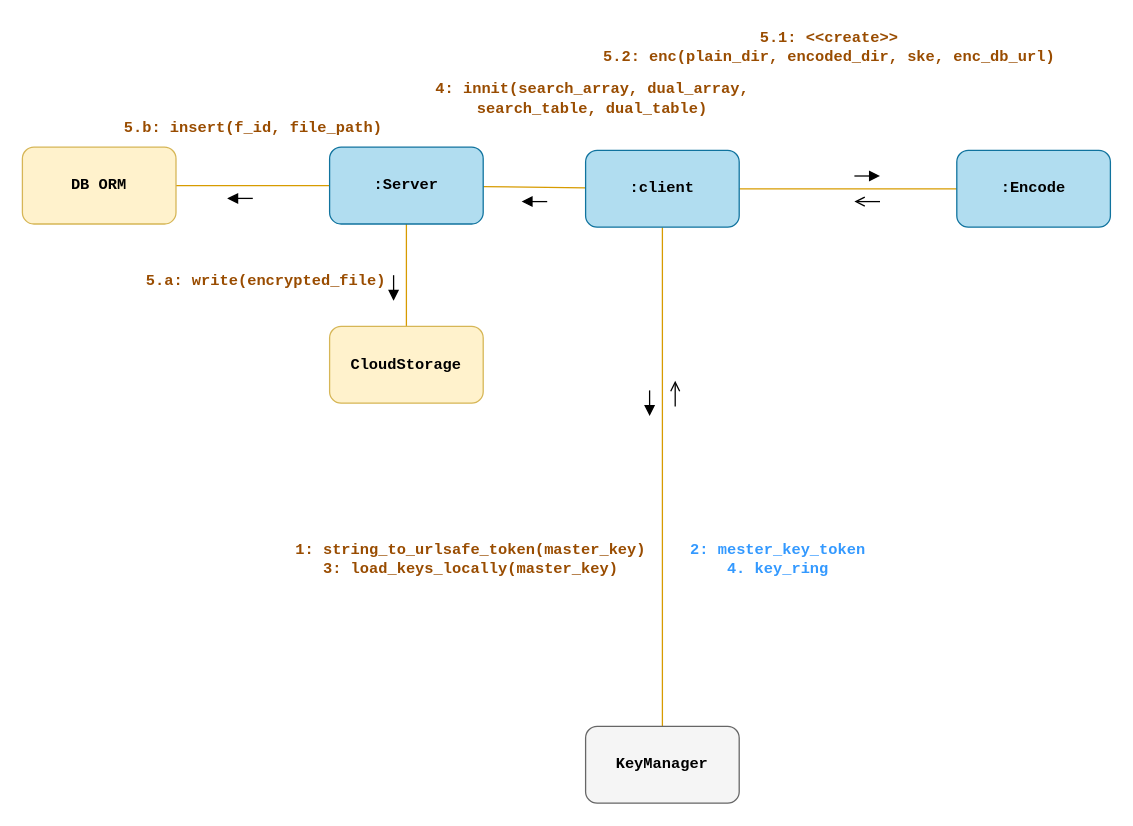
The draw.io diagram page "encode-COMMUNICATION" (5 of 6) of diagrams/behavioral/client-enc.drawio in thisisel/dynamic-sse, before the edit. Source tidied: cells renumbered, new cells numbered last; positions are measured from the earlier drawing's top-left corner, leaving out a move shared by most shapes. Both pictures are drawn from the tidied source at 128%, with x=0, y=0 at pixel (22, 22).
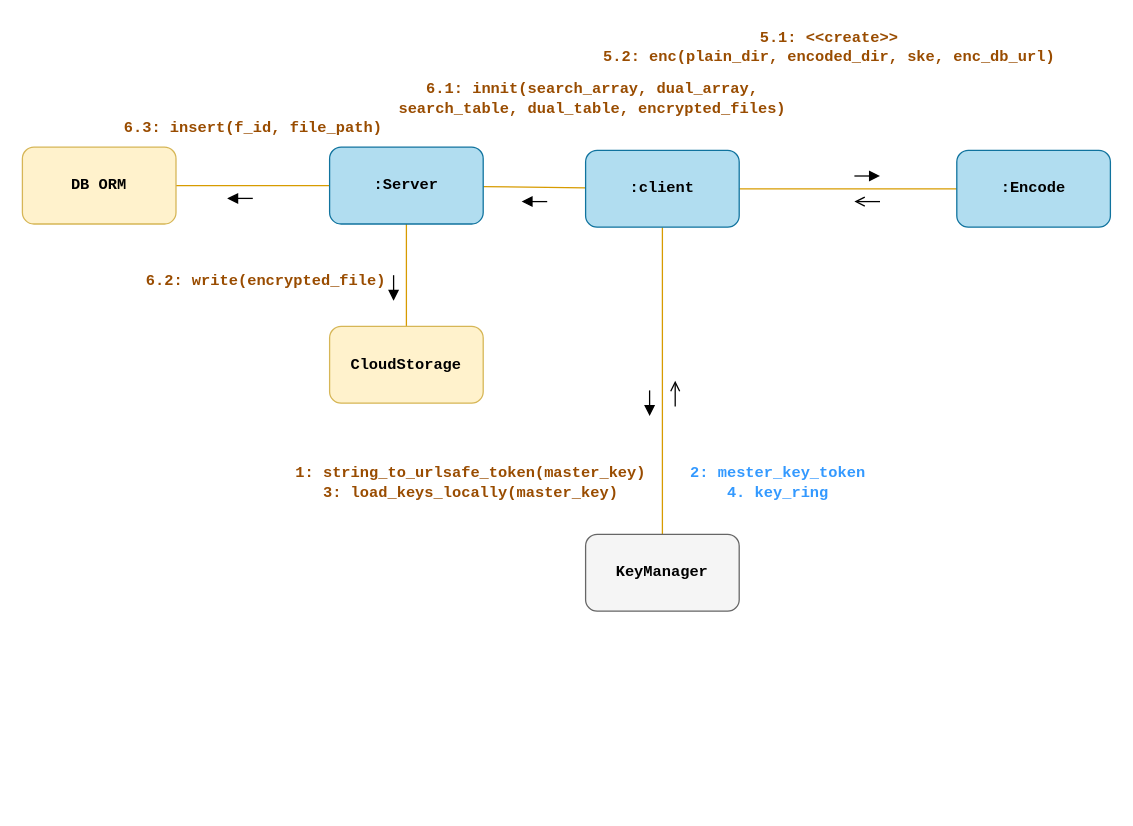
The same diagram, later.

What changed in the source:
```diff
@@
     <mxCell id="10" value="&lt;font color=&quot;#994c00&quot;&gt;1: string_to_urlsafe_token(master_key)&lt;br&gt;3: load_keys_locally(master_key)&lt;/font&gt;" style="text;html=1;align=center;verticalAlign=middle;strokeColor=none;fillColor=none;fontFamily=Courier New;fontStyle=1;" parent="1" vertex="1">
-      <mxGeometry x="200" y="400" width="300" height="40" as="geometry" />
+      <mxGeometry x="200" y="340" width="300" height="40" as="geometry" />
     </mxCell>
@@
     <mxCell id="12" value="&lt;font color=&quot;#3399ff&quot;&gt;2: mester_key_token&lt;br&gt;4. key_ring&lt;br&gt;&lt;/font&gt;" style="text;html=1;align=center;verticalAlign=middle;strokeColor=none;fillColor=none;fontFamily=Courier New;fontStyle=1;" parent="1" vertex="1">
-      <mxGeometry x="510" y="400" width="160" height="40" as="geometry" />
+      <mxGeometry x="510" y="340" width="160" height="40" as="geometry" />
     </mxCell>
@@
-    <mxCell id="14" value="&lt;font color=&quot;#994c00&quot;&gt;4: innit(search_array, dual_array,&lt;br&gt;search_table, dual_table)&lt;br&gt;&lt;/font&gt;" style="text;html=1;align=center;verticalAlign=middle;strokeColor=none;fillColor=none;fontFamily=Courier New;fontStyle=1;" parent="1" vertex="1">
-      <mxGeometry x="310" y="40" width="270" height="40" as="geometry" />
+    <mxCell id="14" value="&lt;font color=&quot;#994c00&quot;&gt;6.1: innit(search_array, dual_array,&lt;br&gt;search_table, dual_table, encrypted_files)&lt;br&gt;&lt;/font&gt;" style="text;html=1;align=center;verticalAlign=middle;strokeColor=none;fillColor=none;fontFamily=Courier New;fontStyle=1;" parent="1" vertex="1">
+      <mxGeometry x="280" y="40" width="330" height="40" as="geometry" />
     </mxCell>
@@
-    <mxCell id="19" value="&lt;font color=&quot;#994c00&quot;&gt;5.a: write(encrypted_file)&lt;/font&gt;" style="text;html=1;align=center;verticalAlign=middle;strokeColor=none;fillColor=none;fontFamily=Courier New;fontStyle=1;" parent="1" vertex="1">
+    <mxCell id="19" value="&lt;font color=&quot;#994c00&quot;&gt;6.2: write(encrypted_file)&lt;/font&gt;" style="text;html=1;align=center;verticalAlign=middle;strokeColor=none;fillColor=none;fontFamily=Courier New;fontStyle=1;" parent="1" vertex="1">
       <mxGeometry x="85" y="187.5" width="210" height="30" as="geometry" />
     </mxCell>
@@
-    <mxCell id="21" value="&lt;font color=&quot;#994c00&quot;&gt;5.b: insert(f_id, file_path)&lt;/font&gt;" style="text;html=1;align=center;verticalAlign=middle;strokeColor=none;fillColor=none;fontFamily=Courier New;fontStyle=1;" parent="1" vertex="1">
+    <mxCell id="21" value="&lt;font color=&quot;#994c00&quot;&gt;6.3: insert(f_id, file_path)&lt;/font&gt;" style="text;html=1;align=center;verticalAlign=middle;strokeColor=none;fillColor=none;fontFamily=Courier New;fontStyle=1;" parent="1" vertex="1">
       <mxGeometry x="65" y="67.5" width="230" height="30" as="geometry" />
     </mxCell>
@@
     <mxCell id="24" value="KeyManager" style="whiteSpace=wrap;html=1;rounded=1;fontFamily=Courier New;fillColor=#F5F5F5;strokeColor=#666666;fontStyle=1;" parent="1" vertex="1">
-      <mxGeometry x="440" y="550" width="120" height="60" as="geometry" />
+      <mxGeometry x="440" y="400" width="120" height="60" as="geometry" />
     </mxCell>
```
